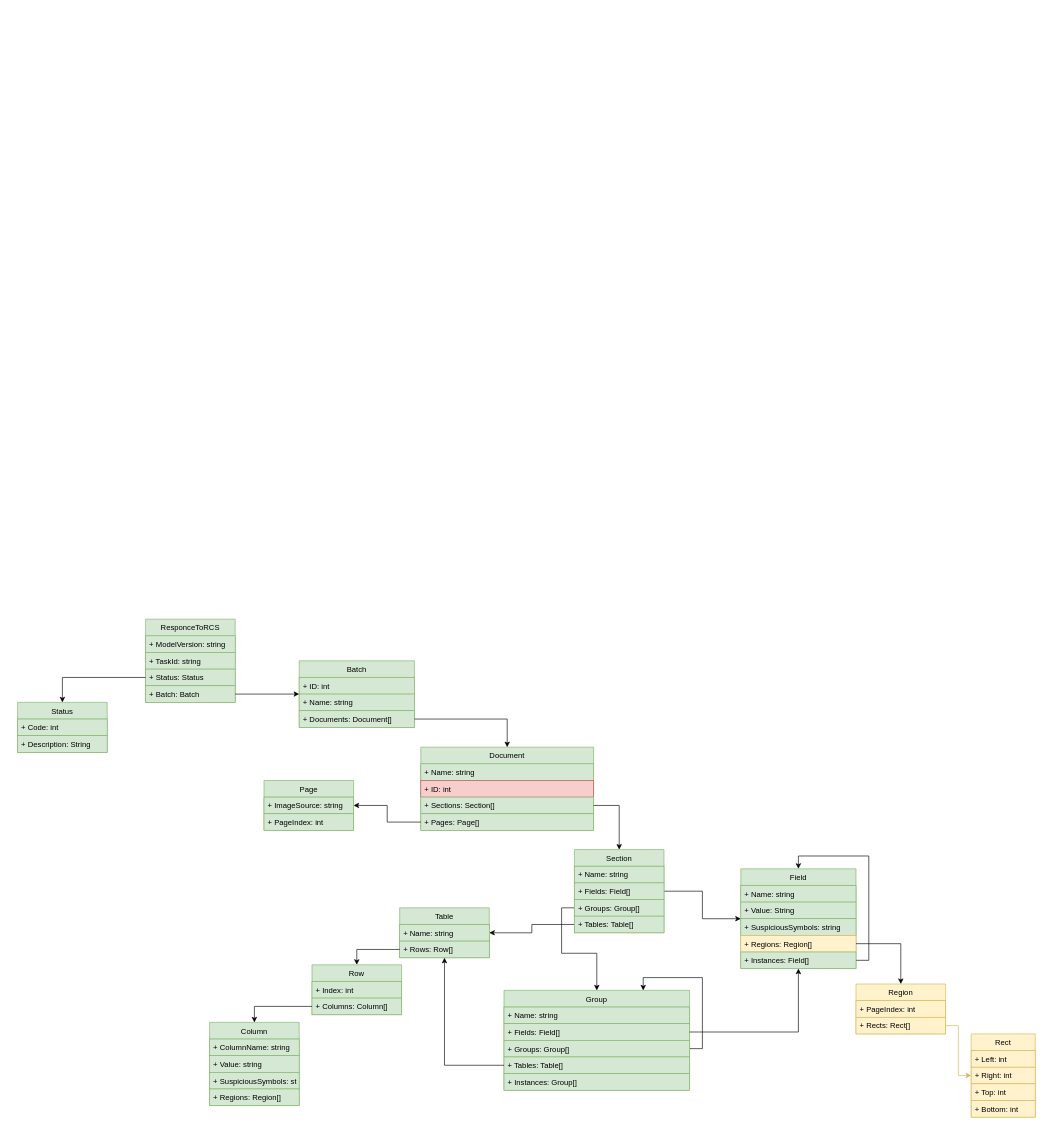
petrovps/AbbyyFCBatchModel keeps this draw.io diagram as AbbyyFCDocumentClassDiagram.drawio. Above is the earlier version. Source tidied: cells renumbered, new cells numbered last; positions are measured from the earlier drawing's top-left corner, leaving out a move shared by most shapes. Both pictures are drawn from the tidied source at 64%, with x=0, y=0 at pixel (17, 619).
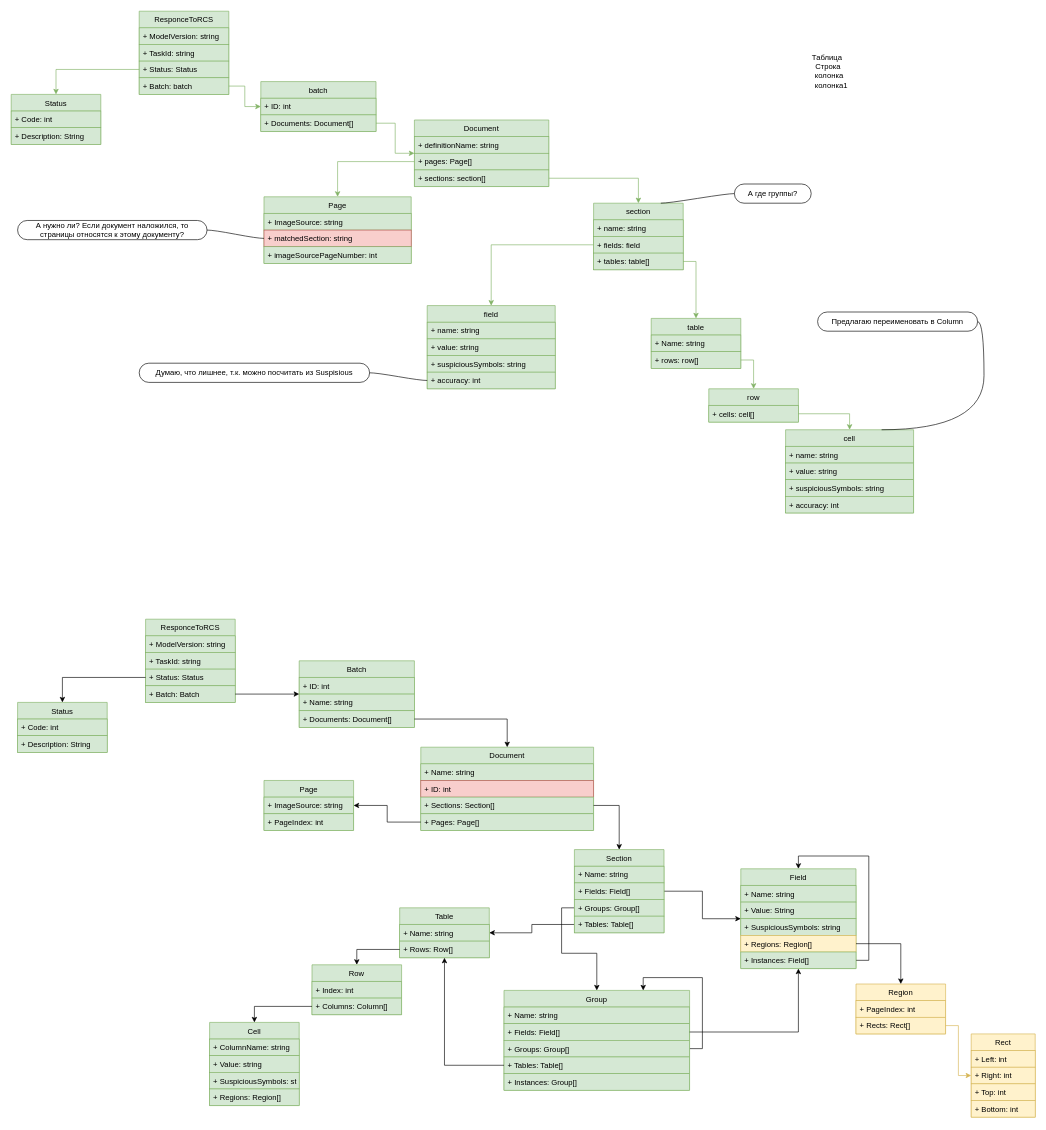
The same diagram, later.

Diff of the diagram source:
```diff
@@
-    <mxCell id="53" value="Column" style="swimlane;fontStyle=0;horizontal=1;startSize=26;fillColor=#d5e8d4;strokeColor=#82b366;" parent="1" vertex="1">
+    <mxCell id="53" value="Cell" style="swimlane;fontStyle=0;horizontal=1;startSize=26;fillColor=#d5e8d4;strokeColor=#82b366;" parent="1" vertex="1">
       <mxGeometry x="300" y="630" width="140" height="130" as="geometry" />
     </mxCell>
@@
+    <mxCell id="74" value="ResponceToRCS" style="swimlane;fontStyle=0;horizontal=1;startSize=26;fillColor=#d5e8d4;strokeColor=#82b366;" parent="1" vertex="1">
+      <mxGeometry x="190" y="-950" width="140" height="130" as="geometry" />
+    </mxCell>
+    <mxCell id="75" value="+ ModelVersion: string" style="text;strokeColor=#82b366;fillColor=#d5e8d4;align=left;verticalAlign=top;spacingLeft=4;spacingRight=4;overflow=hidden;" parent="74" vertex="1">
+      <mxGeometry y="26" width="140" height="26" as="geometry" />
+    </mxCell>
+    <mxCell id="76" value="+ TaskId: string" style="text;strokeColor=#82b366;fillColor=#d5e8d4;align=left;verticalAlign=top;spacingLeft=4;spacingRight=4;overflow=hidden;" parent="74" vertex="1">
+      <mxGeometry y="52" width="140" height="26" as="geometry" />
+    </mxCell>
+    <mxCell id="77" value="+ Status: Status" style="text;strokeColor=#82b366;fillColor=#d5e8d4;align=left;verticalAlign=top;spacingLeft=4;spacingRight=4;overflow=hidden;points=[[0,0.5],[1,0.5]];portConstraint=eastwest;" parent="74" vertex="1">
+      <mxGeometry y="78" width="140" height="26" as="geometry" />
+    </mxCell>
+    <mxCell id="78" value="+ Batch: batch" style="text;strokeColor=#82b366;fillColor=#d5e8d4;align=left;verticalAlign=top;spacingLeft=4;spacingRight=4;overflow=hidden;points=[[0,0.5],[1,0.5]];portConstraint=eastwest;" parent="74" vertex="1">
+      <mxGeometry y="104" width="140" height="26" as="geometry" />
+    </mxCell>
+    <mxCell id="79" value="Status" style="swimlane;fontStyle=0;horizontal=1;startSize=26;fillColor=#d5e8d4;strokeColor=#82b366;" parent="1" vertex="1">
+      <mxGeometry x="-10" y="-820" width="140" height="78" as="geometry" />
+    </mxCell>
+    <mxCell id="80" value="+ Code: int" style="text;strokeColor=#82b366;fillColor=#d5e8d4;align=left;verticalAlign=top;spacingLeft=4;spacingRight=4;overflow=hidden;" parent="79" vertex="1">
+      <mxGeometry y="26" width="140" height="26" as="geometry" />
+    </mxCell>
+    <mxCell id="81" value="+ Description: String" style="text;strokeColor=#82b366;fillColor=#d5e8d4;align=left;verticalAlign=top;spacingLeft=4;spacingRight=4;overflow=hidden;" parent="79" vertex="1">
+      <mxGeometry y="52" width="140" height="26" as="geometry" />
+    </mxCell>
+    <mxCell id="82" style="edgeStyle=orthogonalEdgeStyle;rounded=0;jettySize=auto;html=1;fillColor=#d5e8d4;strokeColor=#82b366;" parent="1" edge="1" source="77" target="79">
+      <mxGeometry relative="1" as="geometry" />
+    </mxCell>
+    <mxCell id="83" value="batch" style="swimlane;fontStyle=0;horizontal=1;startSize=26;fillColor=#d5e8d4;strokeColor=#82b366;" parent="1" vertex="1">
+      <mxGeometry x="380" y="-840" width="180" height="78" as="geometry" />
+    </mxCell>
+    <mxCell id="84" value="+ ID: int" style="text;strokeColor=#82b366;fillColor=#d5e8d4;align=left;verticalAlign=top;spacingLeft=4;spacingRight=4;overflow=hidden;" parent="83" vertex="1">
+      <mxGeometry y="26" width="180" height="26" as="geometry" />
+    </mxCell>
+    <mxCell id="85" value="+ Documents: Document[]" style="text;strokeColor=#82b366;fillColor=#d5e8d4;align=left;verticalAlign=top;spacingLeft=4;spacingRight=4;overflow=hidden;points=[[0,0.5],[1,0.5]];portConstraint=eastwest;" parent="83" vertex="1">
+      <mxGeometry y="52" width="180" height="26" as="geometry" />
+    </mxCell>
+    <mxCell id="86" style="edgeStyle=orthogonalEdgeStyle;rounded=0;jettySize=auto;html=1;fillColor=#d5e8d4;strokeColor=#82b366;" parent="1" edge="1" source="78" target="83">
+      <mxGeometry relative="1" as="geometry" />
+    </mxCell>
+    <mxCell id="87" value="Document" style="swimlane;fontStyle=0;horizontal=1;startSize=26;fillColor=#d5e8d4;strokeColor=#82b366;" parent="1" vertex="1">
+      <mxGeometry x="620" y="-780" width="210" height="104" as="geometry" />
+    </mxCell>
+    <mxCell id="88" value="+ definitionName: string" style="text;strokeColor=#82b366;fillColor=#d5e8d4;align=left;verticalAlign=top;spacingLeft=4;spacingRight=4;overflow=hidden;" parent="87" vertex="1">
+      <mxGeometry y="26" width="210" height="26" as="geometry" />
+    </mxCell>
+    <mxCell id="89" value="+ pages: Page[]" style="text;strokeColor=#82b366;fillColor=#d5e8d4;align=left;verticalAlign=top;spacingLeft=4;spacingRight=4;overflow=hidden;points=[[0,0.5],[1,0.5]];portConstraint=eastwest;" parent="87" vertex="1">
+      <mxGeometry y="52" width="210" height="26" as="geometry" />
+    </mxCell>
+    <mxCell id="90" value="+ sections: section[]" style="text;strokeColor=#82b366;fillColor=#d5e8d4;align=left;verticalAlign=top;spacingLeft=4;spacingRight=4;overflow=hidden;points=[[0,0.5],[1,0.5]];portConstraint=eastwest;" parent="87" vertex="1">
+      <mxGeometry y="78" width="210" height="26" as="geometry" />
+    </mxCell>
+    <mxCell id="91" value="Page" style="swimlane;fontStyle=0;horizontal=1;startSize=26;fillColor=#d5e8d4;strokeColor=#82b366;" parent="1" vertex="1">
+      <mxGeometry x="385" y="-660" width="230" height="104" as="geometry" />
+    </mxCell>
+    <mxCell id="92" value="+ ImageSource: string" style="text;strokeColor=#82b366;fillColor=#d5e8d4;align=left;verticalAlign=top;spacingLeft=4;spacingRight=4;overflow=hidden;" parent="91" vertex="1">
+      <mxGeometry y="26" width="230" height="26" as="geometry" />
+    </mxCell>
+    <mxCell id="93" value="+ matchedSection: string" style="text;strokeColor=#b85450;fillColor=#f8cecc;align=left;verticalAlign=top;spacingLeft=4;spacingRight=4;overflow=hidden;points=[[0,0.5],[1,0.5]];portConstraint=eastwest;" parent="91" vertex="1">
+      <mxGeometry y="52" width="230" height="26" as="geometry" />
+    </mxCell>
+    <mxCell id="94" value="+ imageSourcePageNumber: int" style="text;strokeColor=#82b366;fillColor=#d5e8d4;align=left;verticalAlign=top;spacingLeft=4;spacingRight=4;overflow=hidden;" parent="91" vertex="1">
+      <mxGeometry y="78" width="230" height="26" as="geometry" />
+    </mxCell>
+    <mxCell id="95" style="edgeStyle=orthogonalEdgeStyle;rounded=0;jettySize=auto;html=1;fillColor=#d5e8d4;strokeColor=#82b366;" parent="1" edge="1" source="85" target="87">
+      <mxGeometry relative="1" as="geometry" />
+    </mxCell>
+    <mxCell id="96" style="edgeStyle=orthogonalEdgeStyle;rounded=0;jettySize=auto;html=1;fillColor=#d5e8d4;strokeColor=#82b366;" parent="1" edge="1" source="89" target="91">
+      <mxGeometry relative="1" as="geometry" />
+    </mxCell>
+    <mxCell id="97" value="section" style="swimlane;fontStyle=0;horizontal=1;startSize=26;fillColor=#d5e8d4;strokeColor=#82b366;" parent="1" vertex="1">
+      <mxGeometry x="900" y="-650" width="140" height="104" as="geometry" />
+    </mxCell>
+    <mxCell id="98" value="+ name: string" style="text;strokeColor=#82b366;fillColor=#d5e8d4;align=left;verticalAlign=top;spacingLeft=4;spacingRight=4;overflow=hidden;" parent="97" vertex="1">
+      <mxGeometry y="26" width="140" height="26" as="geometry" />
+    </mxCell>
+    <mxCell id="99" value="+ fields: field" style="text;strokeColor=#82b366;fillColor=#d5e8d4;align=left;verticalAlign=top;spacingLeft=4;spacingRight=4;overflow=hidden;points=[[0,0.5],[1,0.5]];portConstraint=eastwest;" parent="97" vertex="1">
+      <mxGeometry y="52" width="140" height="26" as="geometry" />
+    </mxCell>
+    <mxCell id="100" value="+ tables: table[]" style="text;strokeColor=#82b366;fillColor=#d5e8d4;align=left;verticalAlign=top;spacingLeft=4;spacingRight=4;overflow=hidden;points=[[0,0.5],[1,0.5]];portConstraint=eastwest;" parent="97" vertex="1">
+      <mxGeometry y="78" width="140" height="26" as="geometry" />
+    </mxCell>
+    <mxCell id="101" style="edgeStyle=orthogonalEdgeStyle;rounded=0;jettySize=auto;html=1;fillColor=#d5e8d4;strokeColor=#82b366;" parent="1" edge="1" source="90" target="97">
+      <mxGeometry relative="1" as="geometry" />
+    </mxCell>
+    <mxCell id="102" value="field" style="swimlane;fontStyle=0;horizontal=1;startSize=26;fillColor=#d5e8d4;strokeColor=#82b366;" parent="1" vertex="1">
+      <mxGeometry x="640" y="-490" width="200" height="130" as="geometry" />
+    </mxCell>
+    <mxCell id="103" value="+ name: string" style="text;strokeColor=#82b366;fillColor=#d5e8d4;align=left;verticalAlign=top;spacingLeft=4;spacingRight=4;overflow=hidden;" parent="102" vertex="1">
+      <mxGeometry y="26" width="200" height="26" as="geometry" />
+    </mxCell>
+    <mxCell id="104" value="+ value: string" style="text;strokeColor=#82b366;fillColor=#d5e8d4;align=left;verticalAlign=top;spacingLeft=4;spacingRight=4;overflow=hidden;" parent="102" vertex="1">
+      <mxGeometry y="52" width="200" height="26" as="geometry" />
+    </mxCell>
+    <mxCell id="105" value="+ suspiciousSymbols: string" style="text;strokeColor=#82b366;fillColor=#d5e8d4;align=left;verticalAlign=top;spacingLeft=4;spacingRight=4;overflow=hidden;" parent="102" vertex="1">
+      <mxGeometry y="78" width="200" height="26" as="geometry" />
+    </mxCell>
+    <mxCell id="106" value="+ accuracy: int" style="text;strokeColor=#82b366;fillColor=#d5e8d4;align=left;verticalAlign=top;spacingLeft=4;spacingRight=4;overflow=hidden;points=[[0,0.5],[1,0.5]];portConstraint=eastwest;" parent="102" vertex="1">
+      <mxGeometry y="104" width="200" height="26" as="geometry" />
+    </mxCell>
+    <mxCell id="107" style="edgeStyle=orthogonalEdgeStyle;rounded=0;jettySize=auto;html=1;fillColor=#d5e8d4;strokeColor=#82b366;" parent="1" edge="1" source="99" target="102">
+      <mxGeometry relative="1" as="geometry" />
+    </mxCell>
+    <mxCell id="108" value="table" style="swimlane;fontStyle=0;horizontal=1;startSize=26;fillColor=#d5e8d4;strokeColor=#82b366;" parent="1" vertex="1">
+      <mxGeometry x="990" y="-470" width="140" height="78" as="geometry" />
+    </mxCell>
+    <mxCell id="109" value="+ Name: string" style="text;strokeColor=#82b366;fillColor=#d5e8d4;align=left;verticalAlign=top;spacingLeft=4;spacingRight=4;overflow=hidden;" parent="108" vertex="1">
+      <mxGeometry y="26" width="140" height="26" as="geometry" />
+    </mxCell>
+    <mxCell id="110" value="+ rows: row[]" style="text;strokeColor=#82b366;fillColor=#d5e8d4;align=left;verticalAlign=top;spacingLeft=4;spacingRight=4;overflow=hidden;points=[[0,0.5],[1,0.5]];portConstraint=eastwest;" parent="108" vertex="1">
+      <mxGeometry y="52" width="140" height="26" as="geometry" />
+    </mxCell>
+    <mxCell id="111" style="edgeStyle=orthogonalEdgeStyle;rounded=0;jettySize=auto;html=1;fillColor=#d5e8d4;strokeColor=#82b366;" parent="1" edge="1" source="100" target="108">
+      <mxGeometry relative="1" as="geometry" />
+    </mxCell>
+    <mxCell id="112" value="row" style="swimlane;fontStyle=0;horizontal=1;startSize=26;fillColor=#d5e8d4;strokeColor=#82b366;" parent="1" vertex="1">
+      <mxGeometry x="1080" y="-360" width="140" height="52" as="geometry" />
+    </mxCell>
+    <mxCell id="113" value="+ cells: cell[]" style="text;strokeColor=#82b366;fillColor=#d5e8d4;align=left;verticalAlign=top;spacingLeft=4;spacingRight=4;overflow=hidden;points=[[0,0.5],[1,0.5]];portConstraint=eastwest;" parent="112" vertex="1">
+      <mxGeometry y="26" width="140" height="26" as="geometry" />
+    </mxCell>
+    <mxCell id="114" style="edgeStyle=orthogonalEdgeStyle;rounded=0;jettySize=auto;html=1;entryX=0.5;entryY=0;entryDx=0;entryDy=0;fillColor=#d5e8d4;strokeColor=#82b366;" parent="1" edge="1" source="110" target="112">
+      <mxGeometry relative="1" as="geometry" />
+    </mxCell>
+    <mxCell id="115" value="cell" style="swimlane;fontStyle=0;horizontal=1;startSize=26;fillColor=#d5e8d4;strokeColor=#82b366;" parent="1" vertex="1">
+      <mxGeometry x="1200" y="-296" width="200" height="130" as="geometry" />
+    </mxCell>
+    <mxCell id="116" value="+ name: string" style="text;strokeColor=#82b366;fillColor=#d5e8d4;align=left;verticalAlign=top;spacingLeft=4;spacingRight=4;overflow=hidden;" parent="115" vertex="1">
+      <mxGeometry y="26" width="200" height="26" as="geometry" />
+    </mxCell>
+    <mxCell id="117" value="+ value: string" style="text;strokeColor=#82b366;fillColor=#d5e8d4;align=left;verticalAlign=top;spacingLeft=4;spacingRight=4;overflow=hidden;" parent="115" vertex="1">
+      <mxGeometry y="52" width="200" height="26" as="geometry" />
+    </mxCell>
+    <mxCell id="118" value="+ suspiciousSymbols: string" style="text;strokeColor=#82b366;fillColor=#d5e8d4;align=left;verticalAlign=top;spacingLeft=4;spacingRight=4;overflow=hidden;" parent="115" vertex="1">
+      <mxGeometry y="78" width="200" height="26" as="geometry" />
+    </mxCell>
+    <mxCell id="119" value="+ accuracy: int" style="text;strokeColor=#82b366;fillColor=#d5e8d4;align=left;verticalAlign=top;spacingLeft=4;spacingRight=4;overflow=hidden;" parent="115" vertex="1">
+      <mxGeometry y="104" width="200" height="26" as="geometry" />
+    </mxCell>
+    <mxCell id="120" style="edgeStyle=orthogonalEdgeStyle;rounded=0;jettySize=auto;html=1;fillColor=#d5e8d4;strokeColor=#82b366;" parent="1" edge="1" source="113" target="115">
+      <mxGeometry relative="1" as="geometry" />
+    </mxCell>
+    <mxCell id="121" value="А нужно ли? Если документ наложился, то страницы относятся к этому документу? " style="whiteSpace=wrap;html=1;rounded=1;arcSize=50;align=center;verticalAlign=middle;strokeWidth=1;spacing=4;newEdgeStyle={&quot;edgeStyle&quot;:&quot;entityRelationEdgeStyle&quot;,&quot;startArrow&quot;:&quot;none&quot;,&quot;endArrow&quot;:&quot;none&quot;,&quot;segment&quot;:10,&quot;curved&quot;:1};" parent="1" vertex="1">
+      <mxGeometry y="-623" width="296" height="30" as="geometry" />
+    </mxCell>
+    <mxCell id="122" style="edgeStyle=entityRelationEdgeStyle;startArrow=none;endArrow=none;segment=10;curved=1;rounded=0;" parent="1" edge="1" source="93" target="121">
+      <mxGeometry relative="1" as="geometry" />
+    </mxCell>
+    <mxCell id="123" value="А где группы?" style="whiteSpace=wrap;html=1;rounded=1;arcSize=50;align=center;verticalAlign=middle;strokeWidth=1;spacing=4;newEdgeStyle={&quot;edgeStyle&quot;:&quot;entityRelationEdgeStyle&quot;,&quot;startArrow&quot;:&quot;none&quot;,&quot;endArrow&quot;:&quot;none&quot;,&quot;segment&quot;:10,&quot;curved&quot;:1};" parent="1" vertex="1">
+      <mxGeometry x="1120" y="-680" width="120" height="30" as="geometry" />
+    </mxCell>
+    <mxCell id="124" style="edgeStyle=entityRelationEdgeStyle;startArrow=none;endArrow=none;segment=10;curved=1;rounded=0;exitX=0.75;exitY=0;exitDx=0;exitDy=0;" parent="1" edge="1" source="97" target="123">
+      <mxGeometry relative="1" as="geometry" />
+    </mxCell>
+    <mxCell id="125" value="Думаю, что лишнее, т.к. можно посчитать из Suspisious" style="whiteSpace=wrap;html=1;rounded=1;arcSize=50;align=center;verticalAlign=middle;strokeWidth=1;spacing=4;newEdgeStyle={&quot;edgeStyle&quot;:&quot;entityRelationEdgeStyle&quot;,&quot;startArrow&quot;:&quot;none&quot;,&quot;endArrow&quot;:&quot;none&quot;,&quot;segment&quot;:10,&quot;curved&quot;:1};" parent="1" vertex="1">
+      <mxGeometry x="190" y="-400" width="360" height="30" as="geometry" />
+    </mxCell>
+    <mxCell id="126" style="edgeStyle=entityRelationEdgeStyle;startArrow=none;endArrow=none;segment=10;curved=1;rounded=0;" parent="1" edge="1" source="106" target="125">
+      <mxGeometry relative="1" as="geometry" />
+    </mxCell>
+    <mxCell id="127" value="Предлагаю переименовать в Column" style="whiteSpace=wrap;html=1;rounded=1;arcSize=50;align=center;verticalAlign=middle;strokeWidth=1;spacing=4;newEdgeStyle={&quot;edgeStyle&quot;:&quot;entityRelationEdgeStyle&quot;,&quot;startArrow&quot;:&quot;none&quot;,&quot;endArrow&quot;:&quot;none&quot;,&quot;segment&quot;:10,&quot;curved&quot;:1};" parent="1" vertex="1">
+      <mxGeometry x="1250" y="-480" width="250" height="30" as="geometry" />
+    </mxCell>
+    <mxCell id="128" style="edgeStyle=entityRelationEdgeStyle;startArrow=none;endArrow=none;segment=10;curved=1;rounded=0;exitX=0.75;exitY=0;exitDx=0;exitDy=0;" parent="1" edge="1" source="115" target="127">
+      <mxGeometry relative="1" as="geometry" />
+    </mxCell>
+    <mxCell id="129" value="&lt;div&gt;Таблица&lt;/div&gt;&lt;div&gt;&lt;span style=&quot;white-space: pre&quot;&gt; &lt;/span&gt;Строка&lt;/div&gt;&lt;div&gt;&lt;span style=&quot;white-space: pre&quot;&gt; &lt;/span&gt;&lt;span style=&quot;white-space: pre&quot;&gt; &lt;/span&gt;колонка&lt;/div&gt;&lt;div&gt;&lt;span style=&quot;white-space: pre&quot;&gt; &lt;/span&gt;&lt;span style=&quot;white-space: pre&quot;&gt; &lt;/span&gt;&amp;nbsp; колонка1&lt;br&gt;&lt;/div&gt;&lt;div&gt;&lt;br&gt;&lt;/div&gt;" style="text;html=1;strokeColor=none;fillColor=none;align=center;verticalAlign=middle;whiteSpace=wrap;rounded=0;" parent="1" vertex="1">
+      <mxGeometry x="1140" y="-928" width="250" height="158" as="geometry" />
+    </mxCell>
```
